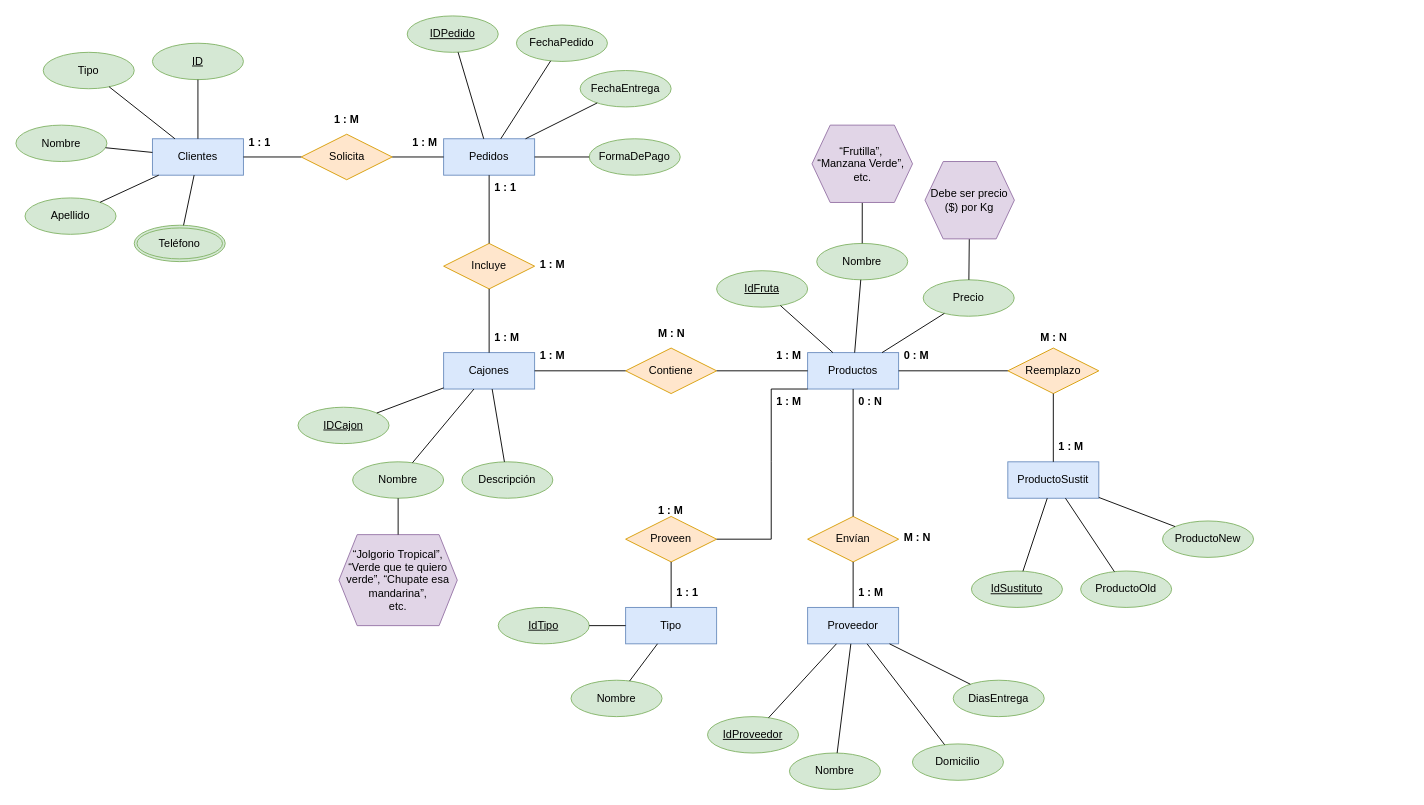
This is Progreso_1/TareaGrupal_P1_Diagrama_4.drawio from AngelDavidStudios/Diagramas_BdD_1, a draw.io file, before an edit. Source tidied: cells renumbered, new cells numbered last; positions are measured from the earlier drawing's top-left corner, leaving out a move shared by most shapes. Both pictures are drawn from the tidied source at 91%, with x=0, y=0 at pixel (15, 15).
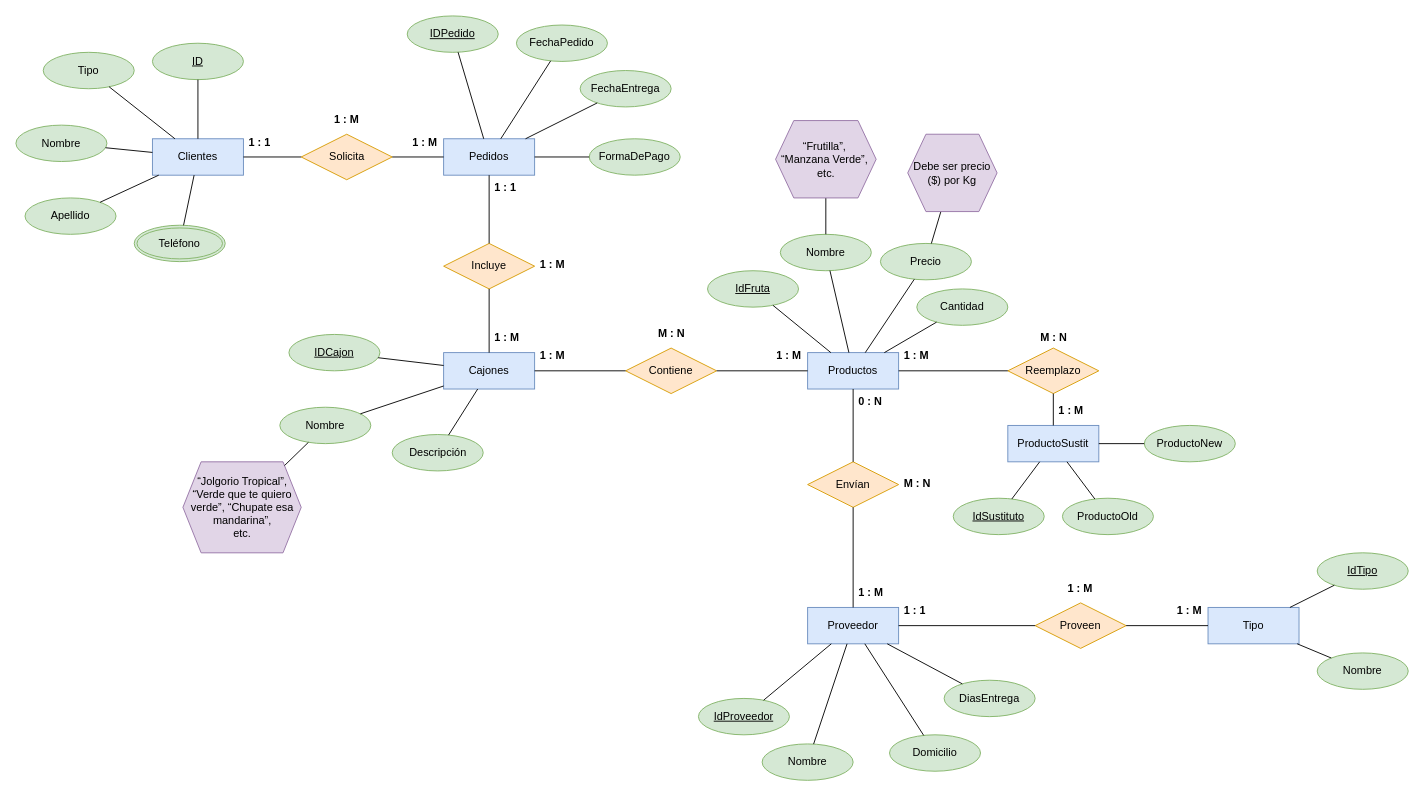
The same page after the edit.

The change refers to these unchanged cells:
```xml
<mxCell id="6" value="Productos" style="whiteSpace=wrap;html=1;align=center;fillColor=#dae8fc;strokeColor=#6c8ebf;" parent="1" vertex="1">
  <mxGeometry x="870" y="370" width="100" height="40" as="geometry" />
</mxCell>
<mxCell id="8" value="Proveedor" style="whiteSpace=wrap;html=1;align=center;fillColor=#dae8fc;strokeColor=#6c8ebf;" parent="1" vertex="1">
  <mxGeometry x="870" y="650" width="100" height="40" as="geometry" />
</mxCell>
```

What changed in the source:
```diff
@@
     <mxCell id="9" value="Envían" style="shape=rhombus;perimeter=rhombusPerimeter;whiteSpace=wrap;html=1;align=center;fillColor=#ffe6cc;strokeColor=#d79b00;" parent="1" vertex="1">
-      <mxGeometry x="870" y="550" width="100" height="50" as="geometry" />
+      <mxGeometry x="870" y="490" width="100" height="50" as="geometry" />
     </mxCell>
     <mxCell id="10" value="Tipo" style="whiteSpace=wrap;html=1;align=center;fillColor=#dae8fc;strokeColor=#6c8ebf;" parent="1" vertex="1">
-      <mxGeometry x="670" y="650" width="100" height="40" as="geometry" />
+      <mxGeometry x="1310" y="650" width="100" height="40" as="geometry" />
     </mxCell>
     <mxCell id="11" value="ProductoSustit" style="whiteSpace=wrap;html=1;align=center;fillColor=#dae8fc;strokeColor=#6c8ebf;" parent="1" vertex="1">
-      <mxGeometry x="1090" y="490" width="100" height="40" as="geometry" />
+      <mxGeometry x="1090" y="450" width="100" height="40" as="geometry" />
     </mxCell>
@@
     <mxCell id="41" value="IDCajon" style="ellipse;whiteSpace=wrap;html=1;align=center;fontStyle=4;fillColor=#d5e8d4;strokeColor=#82b366;" parent="1" vertex="1">
-      <mxGeometry x="310" y="430" width="100" height="40" as="geometry" />
+      <mxGeometry x="300" y="350" width="100" height="40" as="geometry" />
     </mxCell>
     <mxCell id="42" value="Nombre" style="ellipse;whiteSpace=wrap;html=1;align=center;fillColor=#d5e8d4;strokeColor=#82b366;" parent="1" vertex="1">
-      <mxGeometry x="370" y="490" width="100" height="40" as="geometry" />
+      <mxGeometry x="290" y="430" width="100" height="40" as="geometry" />
     </mxCell>
     <mxCell id="43" value="Descripción" style="ellipse;whiteSpace=wrap;html=1;align=center;fillColor=#d5e8d4;strokeColor=#82b366;" parent="1" vertex="1">
-      <mxGeometry x="490" y="490" width="100" height="40" as="geometry" />
+      <mxGeometry x="413.5" y="460" width="100" height="40" as="geometry" />
     </mxCell>
@@
     <mxCell id="49" value="“Jolgorio Tropical”, “Verde que te quiero verde”, “Chupate esa mandarina”,&lt;div&gt;etc.&lt;/div&gt;" style="shape=hexagon;perimeter=hexagonPerimeter2;whiteSpace=wrap;html=1;fixedSize=1;fillColor=#e1d5e7;strokeColor=#9673a6;" parent="1" vertex="1">
-      <mxGeometry x="355" y="570" width="130" height="100" as="geometry" />
+      <mxGeometry x="183.5" y="490" width="130" height="100" as="geometry" />
     </mxCell>
@@
     <mxCell id="51" value="IdFruta" style="ellipse;whiteSpace=wrap;html=1;align=center;fontStyle=4;fillColor=#d5e8d4;strokeColor=#82b366;" parent="1" vertex="1">
-      <mxGeometry x="770" y="280" width="100" height="40" as="geometry" />
+      <mxGeometry x="760" y="280" width="100" height="40" as="geometry" />
     </mxCell>
     <mxCell id="52" value="Nombre" style="ellipse;whiteSpace=wrap;html=1;align=center;fillColor=#d5e8d4;strokeColor=#82b366;" parent="1" vertex="1">
-      <mxGeometry x="880" y="250" width="100" height="40" as="geometry" />
+      <mxGeometry x="840" y="240" width="100" height="40" as="geometry" />
     </mxCell>
@@
     <mxCell id="56" value="Precio" style="ellipse;whiteSpace=wrap;html=1;align=center;fillColor=#d5e8d4;strokeColor=#82b366;" parent="1" vertex="1">
-      <mxGeometry x="997" y="290" width="100" height="40" as="geometry" />
+      <mxGeometry x="950" y="250" width="100" height="40" as="geometry" />
     </mxCell>
@@
     <mxCell id="62" value="“Frutilla”,&amp;nbsp;&lt;div&gt;&lt;span style=&quot;background-color: initial;&quot;&gt;“Manzana Verde”,&amp;nbsp;&lt;/span&gt;&lt;/div&gt;&lt;div&gt;&lt;span style=&quot;background-color: initial;&quot;&gt;etc.&lt;/span&gt;&lt;/div&gt;" style="shape=hexagon;perimeter=hexagonPerimeter2;whiteSpace=wrap;html=1;fixedSize=1;fillColor=#e1d5e7;strokeColor=#9673a6;" parent="1" vertex="1">
-      <mxGeometry x="874.8" y="120" width="110.5" height="85" as="geometry" />
+      <mxGeometry x="834.8" y="115" width="110.5" height="85" as="geometry" />
     </mxCell>
     <mxCell id="63" value="Debe ser precio ($) por Kg" style="shape=hexagon;perimeter=hexagonPerimeter2;whiteSpace=wrap;html=1;fixedSize=1;fillColor=#e1d5e7;strokeColor=#9673a6;" parent="1" vertex="1">
-      <mxGeometry x="999" y="160" width="98.2" height="85" as="geometry" />
+      <mxGeometry x="980" y="130" width="98.2" height="85" as="geometry" />
     </mxCell>
@@
     <mxCell id="66" value="Proveen" style="shape=rhombus;perimeter=rhombusPerimeter;whiteSpace=wrap;html=1;align=center;fillColor=#ffe6cc;strokeColor=#d79b00;" parent="1" vertex="1">
-      <mxGeometry x="670" y="550" width="100" height="50" as="geometry" />
+      <mxGeometry x="1120" y="645" width="100" height="50" as="geometry" />
     </mxCell>
-    <mxCell id="67" style="endArrow=none;html=1;rounded=0;exitX=0;exitY=1;exitDx=0;exitDy=0;" parent="1" edge="1" source="6" target="66">
-      <mxGeometry relative="1" as="geometry">
-        <Array as="points">
-          <mxPoint x="830" y="410" />
-          <mxPoint x="830" y="490" />
-          <mxPoint x="830" y="575" />
-        </Array>
-      </mxGeometry>
+    <mxCell id="67" style="endArrow=none;html=1;rounded=0;" parent="1" edge="1" source="8" target="66">
+      <mxGeometry relative="1" as="geometry" />
     </mxCell>
@@
     <mxCell id="69" value="M : N" style="text;strokeColor=none;fillColor=none;spacingLeft=4;spacingRight=4;overflow=hidden;fontSize=12;whiteSpace=wrap;html=1;fontStyle=1;" parent="1" vertex="1">
-      <mxGeometry x="970" y="560" width="40" height="30" as="geometry" />
+      <mxGeometry x="970" y="500" width="40" height="30" as="geometry" />
     </mxCell>
@@
     <mxCell id="72" value="1 : M" style="text;strokeColor=none;fillColor=none;spacingLeft=4;spacingRight=4;overflow=hidden;fontSize=12;whiteSpace=wrap;html=1;fontStyle=1;" parent="1" vertex="1">
-      <mxGeometry x="700" y="530" width="40" height="30" as="geometry" />
+      <mxGeometry x="1150" y="615" width="40" height="30" as="geometry" />
     </mxCell>
-    <mxCell id="73" value="1 : M" style="text;strokeColor=none;fillColor=none;spacingLeft=4;spacingRight=4;overflow=hidden;fontSize=12;whiteSpace=wrap;html=1;fontStyle=1;" parent="1" vertex="1">
-      <mxGeometry x="830" y="410" width="40" height="30" as="geometry" />
-    </mxCell>
-    <mxCell id="74" value="1 : 1" style="text;strokeColor=none;fillColor=none;spacingLeft=4;spacingRight=4;overflow=hidden;fontSize=12;whiteSpace=wrap;html=1;fontStyle=1;" parent="1" vertex="1">
-      <mxGeometry x="720" y="620" width="40" height="30" as="geometry" />
-    </mxCell>
@@
     <mxCell id="76" value="IdProveedor" style="ellipse;whiteSpace=wrap;html=1;align=center;fontStyle=4;fillColor=#d5e8d4;strokeColor=#82b366;" parent="1" vertex="1">
-      <mxGeometry x="760" y="770" width="100" height="40" as="geometry" />
+      <mxGeometry x="750" y="750" width="100" height="40" as="geometry" />
     </mxCell>
     <mxCell id="77" value="Nombre" style="ellipse;whiteSpace=wrap;html=1;align=center;fillColor=#d5e8d4;strokeColor=#82b366;" parent="1" vertex="1">
-      <mxGeometry x="850" y="810" width="100" height="40" as="geometry" />
+      <mxGeometry x="820" y="800" width="100" height="40" as="geometry" />
     </mxCell>
     <mxCell id="78" value="Domicilio" style="ellipse;whiteSpace=wrap;html=1;align=center;fillColor=#d5e8d4;strokeColor=#82b366;" parent="1" vertex="1">
-      <mxGeometry x="985.2" y="800" width="100" height="40" as="geometry" />
+      <mxGeometry x="960" y="790" width="100" height="40" as="geometry" />
     </mxCell>
     <mxCell id="79" value="DiasEntrega" style="ellipse;whiteSpace=wrap;html=1;align=center;fillColor=#d5e8d4;strokeColor=#82b366;" parent="1" vertex="1">
-      <mxGeometry x="1030" y="730" width="100" height="40" as="geometry" />
+      <mxGeometry x="1020" y="730" width="100" height="40" as="geometry" />
     </mxCell>
@@
     <mxCell id="84" value="IdTipo" style="ellipse;whiteSpace=wrap;html=1;align=center;fontStyle=4;fillColor=#d5e8d4;strokeColor=#82b366;" parent="1" vertex="1">
-      <mxGeometry x="530" y="650" width="100" height="40" as="geometry" />
+      <mxGeometry x="1430" y="590" width="100" height="40" as="geometry" />
     </mxCell>
@@
     <mxCell id="86" value="Nombre" style="ellipse;whiteSpace=wrap;html=1;align=center;fillColor=#d5e8d4;strokeColor=#82b366;" parent="1" vertex="1">
-      <mxGeometry x="610" y="730" width="100" height="40" as="geometry" />
+      <mxGeometry x="1430" y="700" width="100" height="40" as="geometry" />
     </mxCell>
@@
     <mxCell id="91" value="1 : M" style="text;strokeColor=none;fillColor=none;spacingLeft=4;spacingRight=4;overflow=hidden;fontSize=12;whiteSpace=wrap;html=1;fontStyle=1;" parent="1" vertex="1">
-      <mxGeometry x="1140" y="460" width="40" height="30" as="geometry" />
+      <mxGeometry x="1140" y="420" width="40" height="30" as="geometry" />
     </mxCell>
-    <mxCell id="92" value="0 : M" style="text;strokeColor=none;fillColor=none;spacingLeft=4;spacingRight=4;overflow=hidden;fontSize=12;whiteSpace=wrap;html=1;fontStyle=1;" parent="1" vertex="1">
+    <mxCell id="92" value="1 : M" style="text;strokeColor=none;fillColor=none;spacingLeft=4;spacingRight=4;overflow=hidden;fontSize=12;whiteSpace=wrap;html=1;fontStyle=1;" parent="1" vertex="1">
       <mxGeometry x="970" y="360" width="40" height="30" as="geometry" />
     </mxCell>
     <mxCell id="93" value="IdSustituto" style="ellipse;whiteSpace=wrap;html=1;align=center;fontStyle=4;fillColor=#d5e8d4;strokeColor=#82b366;" parent="1" vertex="1">
-      <mxGeometry x="1050" y="610" width="100" height="40" as="geometry" />
+      <mxGeometry x="1030" y="530" width="100" height="40" as="geometry" />
     </mxCell>
     <mxCell id="94" value="ProductoOld" style="ellipse;whiteSpace=wrap;html=1;align=center;fillColor=#d5e8d4;strokeColor=#82b366;" parent="1" vertex="1">
-      <mxGeometry x="1170" y="610" width="100" height="40" as="geometry" />
+      <mxGeometry x="1150" y="530" width="100" height="40" as="geometry" />
     </mxCell>
     <mxCell id="95" value="ProductoNew" style="ellipse;whiteSpace=wrap;html=1;align=center;fillColor=#d5e8d4;strokeColor=#82b366;" parent="1" vertex="1">
-      <mxGeometry x="1260" y="555" width="100" height="40" as="geometry" />
+      <mxGeometry x="1240" y="450" width="100" height="40" as="geometry" />
     </mxCell>
@@
+    <mxCell id="73" value="1 : M" style="text;strokeColor=none;fillColor=none;spacingLeft=4;spacingRight=4;overflow=hidden;fontSize=12;whiteSpace=wrap;html=1;fontStyle=1;" parent="1" vertex="1">
+      <mxGeometry x="1270" y="640" width="40" height="30" as="geometry" />
+    </mxCell>
+    <mxCell id="74" value="1 : 1" style="text;strokeColor=none;fillColor=none;spacingLeft=4;spacingRight=4;overflow=hidden;fontSize=12;whiteSpace=wrap;html=1;fontStyle=1;" parent="1" vertex="1">
+      <mxGeometry x="970" y="640" width="40" height="30" as="geometry" />
+    </mxCell>
+    <mxCell id="99" value="Cantidad" style="ellipse;whiteSpace=wrap;html=1;align=center;fillColor=#d5e8d4;strokeColor=#82b366;" parent="1" vertex="1">
+      <mxGeometry x="990" y="300" width="100" height="40" as="geometry" />
+    </mxCell>
+    <mxCell id="100" style="endArrow=none;html=1;rounded=0;" parent="1" edge="1" source="6" target="99">
+      <mxGeometry relative="1" as="geometry" />
+    </mxCell>
```
